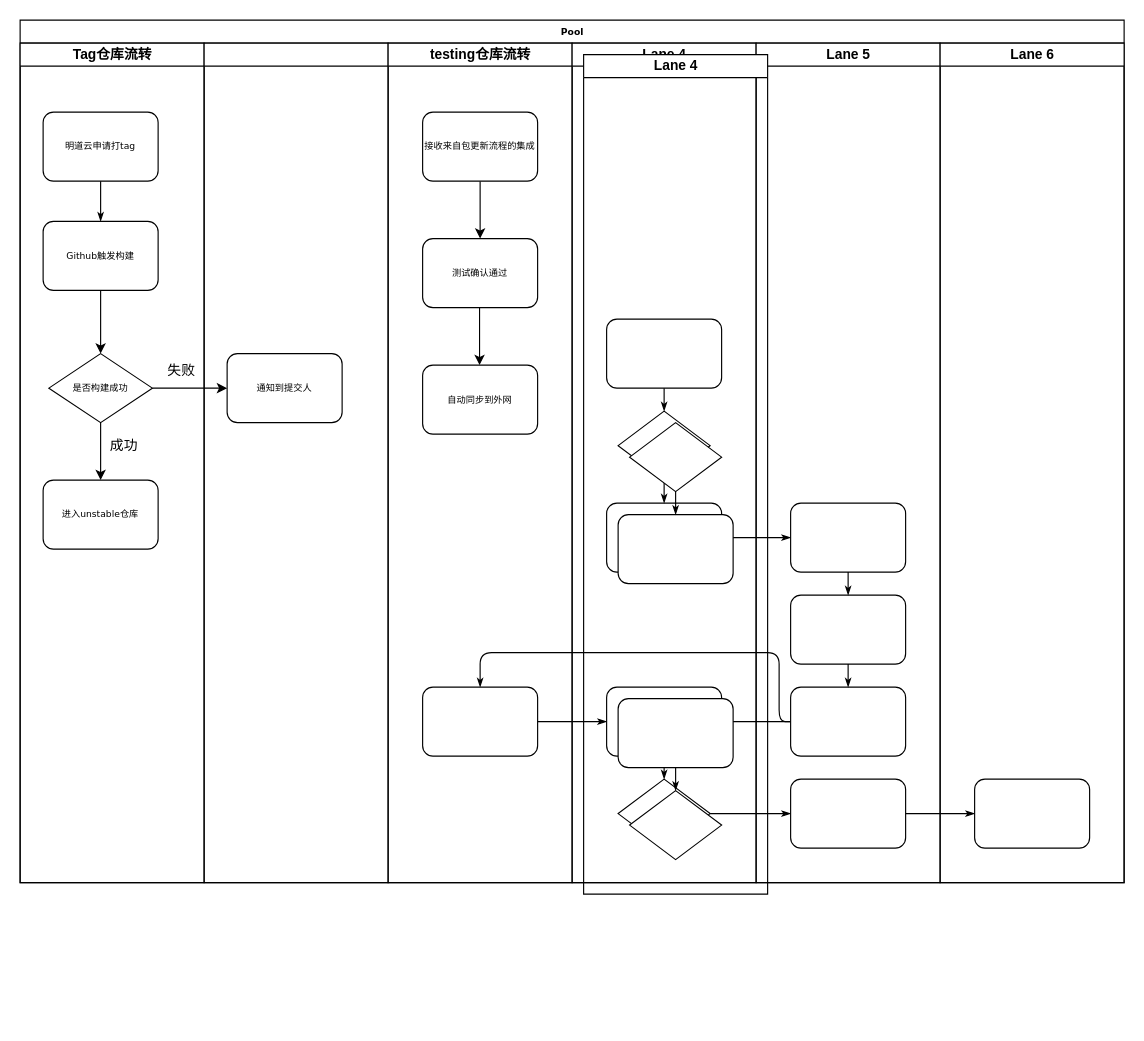
This is 仓库流转.drawio from Zeno-sole/drawio-file, a draw.io file, before an edit. Source tidied: cells renumbered, new cells numbered last; positions are measured from the earlier drawing's top-left corner, leaving out a move shared by most shapes. Both pictures are drawn from the tidied source at 115%, with x=0, y=0 at pixel (20, 20).
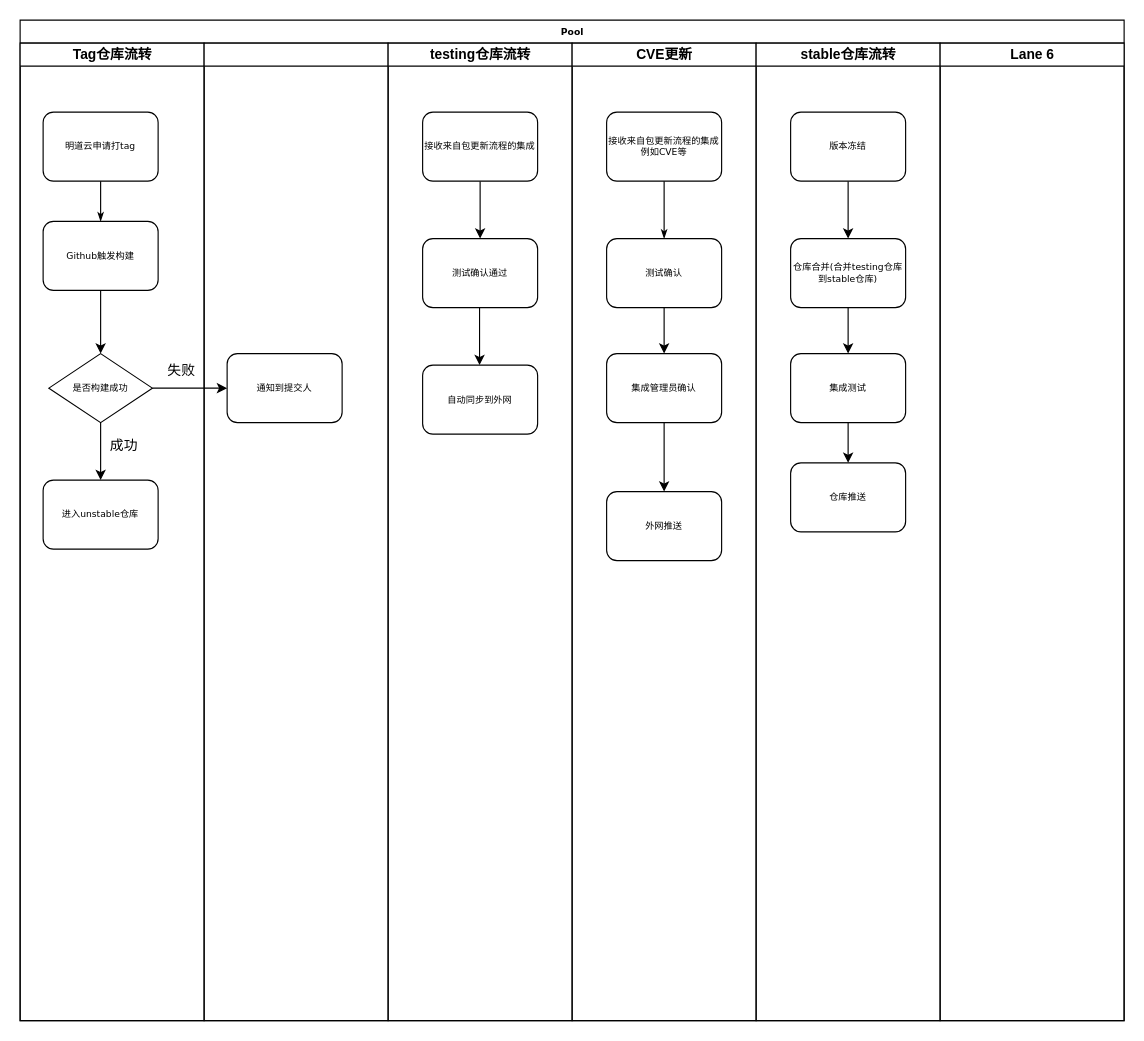
The same diagram, later.

Commit message:
更新仓库流转.drawio

Change to the diagram source:
```diff
@@
     <mxCell id="2" value="Pool" style="swimlane;html=1;startSize=20;rounded=0;shadow=0;labelBackgroundColor=none;strokeWidth=1;fontFamily=Verdana;fontSize=8;align=center;" parent="1" vertex="1">
-      <mxGeometry width="960" height="750" as="geometry" />
+      <mxGeometry width="960" height="870" as="geometry" />
     </mxCell>
-    <mxCell id="3" style="edgeStyle=orthogonalEdgeStyle;rounded=1;html=1;labelBackgroundColor=none;startArrow=none;startFill=0;startSize=5;endArrow=classicThin;endFill=1;endSize=5;jettySize=auto;strokeWidth=1;fontFamily=Verdana;fontSize=8;" parent="2" edge="1" source="33" target="41">
-      <mxGeometry relative="1" as="geometry" />
-    </mxCell>
-    <mxCell id="4" style="edgeStyle=orthogonalEdgeStyle;rounded=1;html=1;labelBackgroundColor=none;startArrow=none;startFill=0;startSize=5;endArrow=classicThin;endFill=1;endSize=5;jettySize=auto;strokeWidth=1;fontFamily=Verdana;fontSize=8;" parent="2" edge="1" source="41" target="45">
-      <mxGeometry relative="1" as="geometry" />
-    </mxCell>
-    <mxCell id="5" style="edgeStyle=orthogonalEdgeStyle;rounded=1;html=1;labelBackgroundColor=none;startArrow=none;startFill=0;startSize=5;endArrow=classicThin;endFill=1;endSize=5;jettySize=auto;strokeWidth=1;fontFamily=Verdana;fontSize=8;" parent="2" edge="1" source="31" target="38">
-      <mxGeometry relative="1" as="geometry" />
-    </mxCell>
-    <mxCell id="6" style="edgeStyle=orthogonalEdgeStyle;rounded=1;html=1;labelBackgroundColor=none;startArrow=none;startFill=0;startSize=5;endArrow=classicThin;endFill=1;endSize=5;jettySize=auto;strokeWidth=1;fontFamily=Verdana;fontSize=8;" parent="2" edge="1" source="40" target="24">
-      <mxGeometry relative="1" as="geometry">
-        <Array as="points">
-          <mxPoint x="660" y="610" />
-          <mxPoint x="660" y="550" />
-          <mxPoint x="400" y="550" />
-        </Array>
-      </mxGeometry>
-    </mxCell>
-    <mxCell id="7" style="edgeStyle=orthogonalEdgeStyle;rounded=1;html=1;labelBackgroundColor=none;startArrow=none;startFill=0;startSize=5;endArrow=classicThin;endFill=1;endSize=5;jettySize=auto;strokeColor=#000000;strokeWidth=1;fontFamily=Verdana;fontSize=8;fontColor=#000000;" parent="2" edge="1" source="40" target="32">
-      <mxGeometry relative="1" as="geometry" />
-    </mxCell>
-    <mxCell id="8" style="edgeStyle=orthogonalEdgeStyle;rounded=1;html=1;labelBackgroundColor=none;startArrow=none;startFill=0;startSize=5;endArrow=classicThin;endFill=1;endSize=5;jettySize=auto;strokeWidth=1;fontFamily=Verdana;fontSize=8;" parent="2" edge="1" source="24" target="32">
-      <mxGeometry relative="1" as="geometry" />
-    </mxCell>
     <mxCell id="9" value="Tag仓库流转" style="swimlane;html=1;startSize=20;" parent="2" vertex="1">
-      <mxGeometry y="20" width="160" height="730" as="geometry" />
+      <mxGeometry y="20" width="160" height="850" as="geometry" />
     </mxCell>
@@
     <mxCell id="19" style="swimlane;html=1;startSize=20;" parent="2" vertex="1">
-      <mxGeometry x="160" y="20" width="160" height="730" as="geometry" />
+      <mxGeometry x="160" y="20" width="160" height="850" as="geometry" />
     </mxCell>
@@
     <mxCell id="21" value="testing仓库流转" style="swimlane;html=1;startSize=20;" parent="2" vertex="1">
-      <mxGeometry x="320" y="20" width="160" height="730" as="geometry" />
+      <mxGeometry x="320" y="20" width="160" height="850" as="geometry" />
     </mxCell>
@@
-    <mxCell id="24" style="rounded=1;whiteSpace=wrap;html=1;shadow=0;labelBackgroundColor=none;strokeWidth=1;fontFamily=Verdana;fontSize=8;align=center;" parent="21" vertex="1">
-      <mxGeometry x="30" y="560" width="100" height="60" as="geometry" />
-    </mxCell>
@@
-    <mxCell id="28" value="Lane 4" style="swimlane;html=1;startSize=20;" parent="2" vertex="1">
-      <mxGeometry x="480" y="20" width="160" height="730" as="geometry" />
+    <mxCell id="28" value="CVE更新" style="swimlane;html=1;startSize=20;" parent="2" vertex="1">
+      <mxGeometry x="480" y="20" width="160" height="850" as="geometry" />
     </mxCell>
-    <mxCell id="29" style="rounded=1;whiteSpace=wrap;html=1;shadow=0;labelBackgroundColor=none;strokeWidth=1;fontFamily=Verdana;fontSize=8;align=center;" parent="28" vertex="1">
-      <mxGeometry x="30" y="240" width="100" height="60" as="geometry" />
+    <mxCell id="29" value="接收来自包更新流程的集成例如CVE等" style="rounded=1;whiteSpace=wrap;html=1;shadow=0;labelBackgroundColor=none;strokeWidth=1;fontFamily=Verdana;fontSize=8;align=center;" parent="28" vertex="1">
+      <mxGeometry x="30" y="60" width="100" height="60" as="geometry" />
     </mxCell>
-    <mxCell id="30" style="rhombus;whiteSpace=wrap;html=1;rounded=0;shadow=0;labelBackgroundColor=none;strokeWidth=1;fontFamily=Verdana;fontSize=8;align=center;" parent="28" vertex="1">
-      <mxGeometry x="40" y="320" width="80" height="60" as="geometry" />
-    </mxCell>
-    <mxCell id="31" style="rounded=1;whiteSpace=wrap;html=1;shadow=0;labelBackgroundColor=none;strokeWidth=1;fontFamily=Verdana;fontSize=8;align=center;" parent="28" vertex="1">
-      <mxGeometry x="30" y="400" width="100" height="60" as="geometry" />
+    <mxCell id="31" value="外网推送" style="rounded=1;whiteSpace=wrap;html=1;shadow=0;labelBackgroundColor=none;strokeWidth=1;fontFamily=Verdana;fontSize=8;align=center;" parent="28" vertex="1">
+      <mxGeometry x="30" y="390" width="100" height="60" as="geometry" />
     </mxCell>
-    <mxCell id="32" style="rounded=1;whiteSpace=wrap;html=1;shadow=0;labelBackgroundColor=none;strokeWidth=1;fontFamily=Verdana;fontSize=8;align=center;" parent="28" vertex="1">
-      <mxGeometry x="30" y="560" width="100" height="60" as="geometry" />
-    </mxCell>
-    <mxCell id="33" style="rhombus;whiteSpace=wrap;html=1;rounded=0;shadow=0;labelBackgroundColor=none;strokeWidth=1;fontFamily=Verdana;fontSize=8;align=center;" parent="28" vertex="1">
-      <mxGeometry x="40" y="640" width="80" height="60" as="geometry" />
-    </mxCell>
-    <mxCell id="34" style="edgeStyle=orthogonalEdgeStyle;rounded=1;html=1;labelBackgroundColor=none;startArrow=none;startFill=0;startSize=5;endArrow=classicThin;endFill=1;endSize=5;jettySize=auto;strokeColor=#000000;strokeWidth=1;fontFamily=Verdana;fontSize=8;fontColor=#000000;" parent="28" edge="1" source="29" target="30">
-      <mxGeometry relative="1" as="geometry" />
+    <mxCell id="34" style="edgeStyle=orthogonalEdgeStyle;rounded=1;html=1;labelBackgroundColor=none;startArrow=none;startFill=0;startSize=5;endArrow=classicThin;endFill=1;endSize=5;jettySize=auto;strokeColor=#000000;strokeWidth=1;fontFamily=Verdana;fontSize=8;fontColor=#000000;" parent="28" edge="1" source="29">
+      <mxGeometry relative="1" as="geometry">
+        <mxPoint x="80" y="170" as="targetPoint" />
+      </mxGeometry>
     </mxCell>
-    <mxCell id="35" style="edgeStyle=orthogonalEdgeStyle;rounded=1;html=1;labelBackgroundColor=none;startArrow=none;startFill=0;startSize=5;endArrow=classicThin;endFill=1;endSize=5;jettySize=auto;strokeWidth=1;fontFamily=Verdana;fontSize=8;" parent="28" edge="1" source="30" target="31">
-      <mxGeometry relative="1" as="geometry" />
-    </mxCell>
-    <mxCell id="36" style="edgeStyle=orthogonalEdgeStyle;rounded=1;html=1;labelBackgroundColor=none;startArrow=none;startFill=0;startSize=5;endArrow=classicThin;endFill=1;endSize=5;jettySize=auto;strokeWidth=1;fontFamily=Verdana;fontSize=8;" parent="28" edge="1" source="32" target="33">
-      <mxGeometry relative="1" as="geometry" />
-    </mxCell>
+    <mxCell id="54" style="edgeStyle=none;rounded=0;jettySize=auto;html=1;exitX=0.5;exitY=1;exitDx=0;exitDy=0;entryX=0.5;entryY=0;entryDx=0;entryDy=0;" parent="28" edge="1" source="55" target="57">
+      <mxGeometry relative="1" as="geometry" />
+    </mxCell>
+    <mxCell id="55" value="测试确认" style="rounded=1;whiteSpace=wrap;html=1;shadow=0;labelBackgroundColor=none;strokeWidth=1;fontFamily=Verdana;fontSize=8;align=center;" parent="28" vertex="1">
+      <mxGeometry x="30" y="170" width="100" height="60" as="geometry" />
+    </mxCell>
+    <mxCell id="56" style="edgeStyle=none;rounded=0;jettySize=auto;html=1;exitX=0.5;exitY=1;exitDx=0;exitDy=0;entryX=0.5;entryY=0;entryDx=0;entryDy=0;" parent="28" edge="1" source="57" target="31">
+      <mxGeometry relative="1" as="geometry" />
+    </mxCell>
+    <mxCell id="57" value="集成管理员确认" style="rounded=1;whiteSpace=wrap;html=1;shadow=0;labelBackgroundColor=none;strokeWidth=1;fontFamily=Verdana;fontSize=8;align=center;" parent="28" vertex="1">
+      <mxGeometry x="30" y="270" width="100" height="60" as="geometry" />
+    </mxCell>
-    <mxCell id="37" value="Lane 5" style="swimlane;html=1;startSize=20;" parent="2" vertex="1">
-      <mxGeometry x="640" y="20" width="160" height="730" as="geometry" />
+    <mxCell id="37" value="stable仓库流转" style="swimlane;html=1;startSize=20;" parent="2" vertex="1">
+      <mxGeometry x="640" y="20" width="160" height="850" as="geometry" />
     </mxCell>
-    <mxCell id="38" style="rounded=1;whiteSpace=wrap;html=1;shadow=0;labelBackgroundColor=none;strokeWidth=1;fontFamily=Verdana;fontSize=8;align=center;" parent="37" vertex="1">
-      <mxGeometry x="30" y="400" width="100" height="60" as="geometry" />
-    </mxCell>
-    <mxCell id="39" style="rounded=1;whiteSpace=wrap;html=1;shadow=0;labelBackgroundColor=none;strokeWidth=1;fontFamily=Verdana;fontSize=8;align=center;" parent="37" vertex="1">
-      <mxGeometry x="30" y="480" width="100" height="60" as="geometry" />
-    </mxCell>
-    <mxCell id="40" style="rounded=1;whiteSpace=wrap;html=1;shadow=0;labelBackgroundColor=none;strokeWidth=1;fontFamily=Verdana;fontSize=8;align=center;" parent="37" vertex="1">
-      <mxGeometry x="30" y="560" width="100" height="60" as="geometry" />
-    </mxCell>
-    <mxCell id="41" style="rounded=1;whiteSpace=wrap;html=1;shadow=0;labelBackgroundColor=none;strokeWidth=1;fontFamily=Verdana;fontSize=8;align=center;" parent="37" vertex="1">
-      <mxGeometry x="30" y="640" width="100" height="60" as="geometry" />
-    </mxCell>
-    <mxCell id="42" style="edgeStyle=orthogonalEdgeStyle;rounded=1;html=1;labelBackgroundColor=none;startArrow=none;startFill=0;startSize=5;endArrow=classicThin;endFill=1;endSize=5;jettySize=auto;strokeWidth=1;fontFamily=Verdana;fontSize=8;" parent="37" edge="1" source="38" target="39">
-      <mxGeometry relative="1" as="geometry" />
-    </mxCell>
-    <mxCell id="43" style="edgeStyle=orthogonalEdgeStyle;rounded=1;html=1;labelBackgroundColor=none;startArrow=none;startFill=0;startSize=5;endArrow=classicThin;endFill=1;endSize=5;jettySize=auto;strokeWidth=1;fontFamily=Verdana;fontSize=8;" parent="37" edge="1" source="39" target="40">
-      <mxGeometry relative="1" as="geometry" />
-    </mxCell>
+    <mxCell id="58" style="edgeStyle=none;rounded=0;jettySize=auto;html=1;exitX=0.5;exitY=1;exitDx=0;exitDy=0;entryX=0.5;entryY=0;entryDx=0;entryDy=0;" parent="37" edge="1" source="59" target="61">
+      <mxGeometry relative="1" as="geometry" />
+    </mxCell>
+    <mxCell id="59" value="版本冻结" style="rounded=1;whiteSpace=wrap;html=1;shadow=0;labelBackgroundColor=none;strokeWidth=1;fontFamily=Verdana;fontSize=8;align=center;" parent="37" vertex="1">
+      <mxGeometry x="30" y="60" width="100" height="60" as="geometry" />
+    </mxCell>
+    <mxCell id="60" style="edgeStyle=none;rounded=0;jettySize=auto;html=1;exitX=0.5;exitY=1;exitDx=0;exitDy=0;entryX=0.5;entryY=0;entryDx=0;entryDy=0;" parent="37" edge="1" source="61" target="63">
+      <mxGeometry relative="1" as="geometry" />
+    </mxCell>
+    <mxCell id="61" value="仓库合并(合并testing仓库到stable仓库)" style="rounded=1;whiteSpace=wrap;html=1;shadow=0;labelBackgroundColor=none;strokeWidth=1;fontFamily=Verdana;fontSize=8;align=center;" parent="37" vertex="1">
+      <mxGeometry x="30" y="170" width="100" height="60" as="geometry" />
+    </mxCell>
+    <mxCell id="62" style="edgeStyle=none;rounded=0;jettySize=auto;html=1;exitX=0.5;exitY=1;exitDx=0;exitDy=0;entryX=0.5;entryY=0;entryDx=0;entryDy=0;" parent="37" edge="1" source="63" target="64">
+      <mxGeometry relative="1" as="geometry" />
+    </mxCell>
+    <mxCell id="63" value="集成测试" style="rounded=1;whiteSpace=wrap;html=1;shadow=0;labelBackgroundColor=none;strokeWidth=1;fontFamily=Verdana;fontSize=8;align=center;" parent="37" vertex="1">
+      <mxGeometry x="30" y="270" width="100" height="60" as="geometry" />
+    </mxCell>
+    <mxCell id="64" value="仓库推送" style="rounded=1;whiteSpace=wrap;html=1;shadow=0;labelBackgroundColor=none;strokeWidth=1;fontFamily=Verdana;fontSize=8;align=center;" parent="37" vertex="1">
+      <mxGeometry x="30" y="365" width="100" height="60" as="geometry" />
+    </mxCell>
     <mxCell id="44" value="Lane 6" style="swimlane;html=1;startSize=20;" parent="2" vertex="1">
-      <mxGeometry x="800" y="20" width="160" height="730" as="geometry" />
+      <mxGeometry x="800" y="20" width="160" height="850" as="geometry" />
     </mxCell>
-    <mxCell id="45" style="rounded=1;whiteSpace=wrap;html=1;shadow=0;labelBackgroundColor=none;strokeWidth=1;fontFamily=Verdana;fontSize=8;align=center;" parent="44" vertex="1">
-      <mxGeometry x="30" y="640" width="100" height="60" as="geometry" />
-    </mxCell>
@@
-    <mxCell id="47" value="Lane 4" style="swimlane;html=1;startSize=20;" parent="1" vertex="1">
-      <mxGeometry x="490" y="30" width="160" height="730" as="geometry" />
-    </mxCell>
-    <mxCell id="48" style="rhombus;whiteSpace=wrap;html=1;rounded=0;shadow=0;labelBackgroundColor=none;strokeWidth=1;fontFamily=Verdana;fontSize=8;align=center;" parent="47" vertex="1">
-      <mxGeometry x="40" y="320" width="80" height="60" as="geometry" />
-    </mxCell>
-    <mxCell id="49" style="rounded=1;whiteSpace=wrap;html=1;shadow=0;labelBackgroundColor=none;strokeWidth=1;fontFamily=Verdana;fontSize=8;align=center;" parent="47" vertex="1">
-      <mxGeometry x="30" y="400" width="100" height="60" as="geometry" />
-    </mxCell>
-    <mxCell id="50" style="rounded=1;whiteSpace=wrap;html=1;shadow=0;labelBackgroundColor=none;strokeWidth=1;fontFamily=Verdana;fontSize=8;align=center;" parent="47" vertex="1">
-      <mxGeometry x="30" y="560" width="100" height="60" as="geometry" />
-    </mxCell>
-    <mxCell id="51" style="rhombus;whiteSpace=wrap;html=1;rounded=0;shadow=0;labelBackgroundColor=none;strokeWidth=1;fontFamily=Verdana;fontSize=8;align=center;" parent="47" vertex="1">
-      <mxGeometry x="40" y="640" width="80" height="60" as="geometry" />
-    </mxCell>
-    <mxCell id="52" style="edgeStyle=orthogonalEdgeStyle;rounded=1;html=1;labelBackgroundColor=none;startArrow=none;startFill=0;startSize=5;endArrow=classicThin;endFill=1;endSize=5;jettySize=auto;strokeWidth=1;fontFamily=Verdana;fontSize=8;" parent="47" edge="1" source="48" target="49">
-      <mxGeometry relative="1" as="geometry" />
-    </mxCell>
-    <mxCell id="53" style="edgeStyle=orthogonalEdgeStyle;rounded=1;html=1;labelBackgroundColor=none;startArrow=none;startFill=0;startSize=5;endArrow=classicThin;endFill=1;endSize=5;jettySize=auto;strokeWidth=1;fontFamily=Verdana;fontSize=8;" parent="47" edge="1" source="50" target="51">
-      <mxGeometry relative="1" as="geometry" />
-    </mxCell>
```
